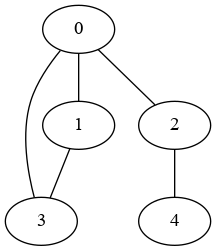
Above: docs/mp2i/files/C17/temp.png in fabricenativel/cpge-info (Graphviz), before the change. Its source is kept beside it as docs/mp2i/files/C17/temp.gv. Source of this version:
```dot
graph mygraph {
0 -- 3
0 -- 2
0 -- 1
1 -- 3
2 -- 4
}
```
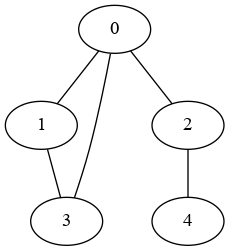
The same diagram one commit later.

Change to the diagram source:
```diff
@@ -1,7 +1,7 @@
 graph mygraph {
+0 -- 1
+0 -- 2
 0 -- 3
-0 -- 2
-0 -- 1
 1 -- 3
 2 -- 4
 }
```
